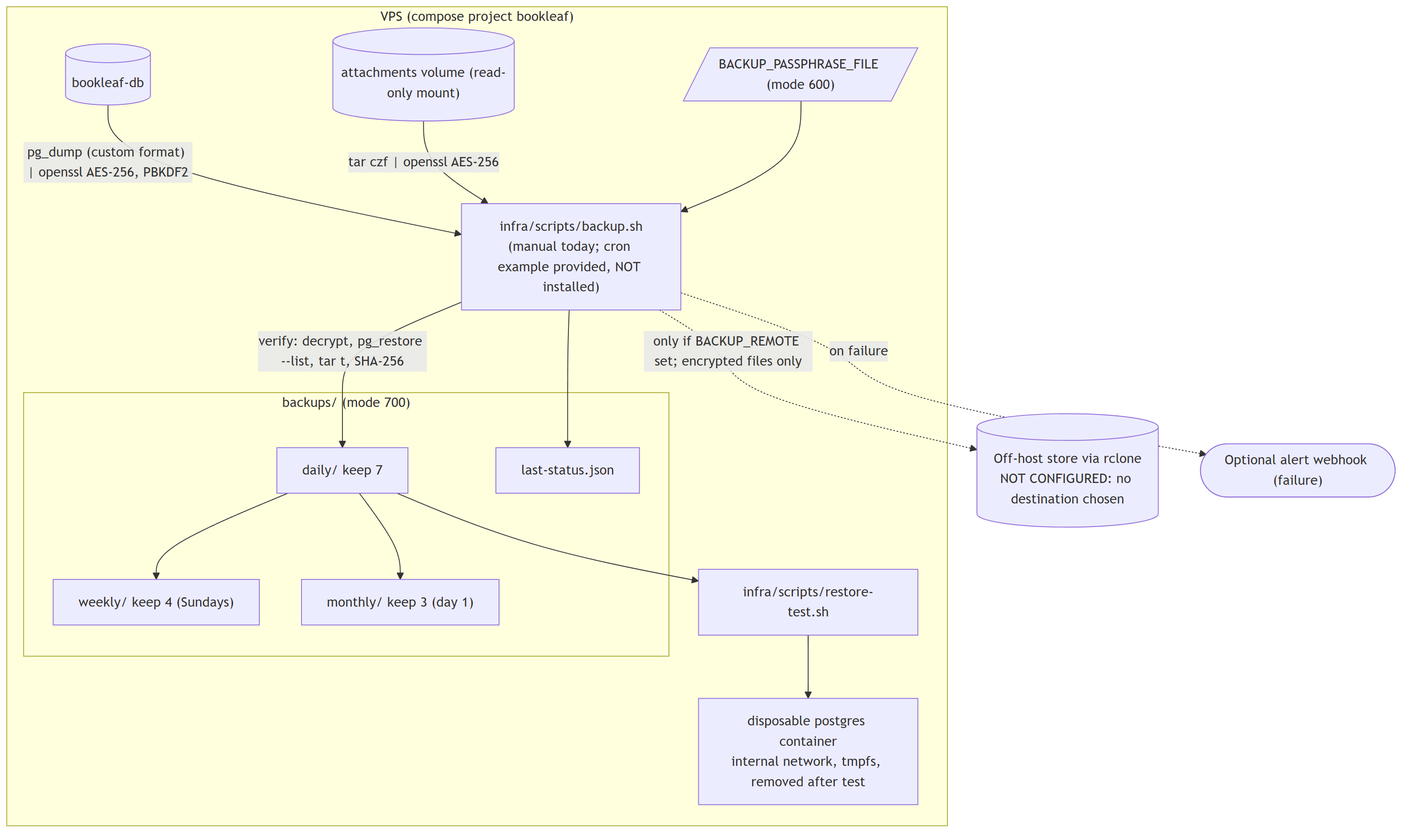
The Mermaid diagram docs/architecture/diagrams/png/backup-architecture.png in singhdaksh7/book-leaf__assignment-1, before a commit. Its source is kept beside it as docs/architecture/diagrams/backup-architecture.mmd.
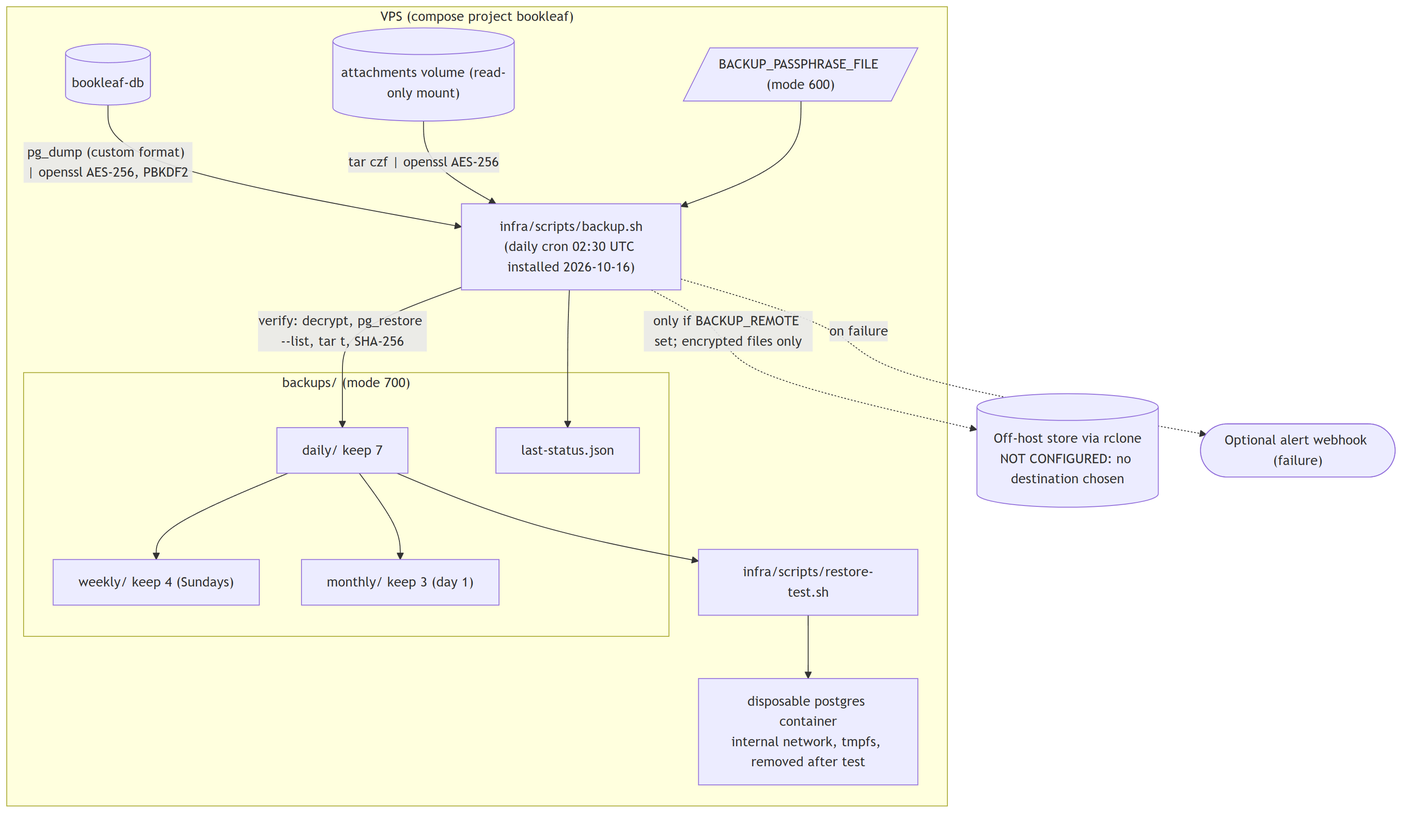
After the change.

Diff of the diagram source:
```diff
@@ -2,7 +2,7 @@
     subgraph HOST["VPS (compose project bookleaf)"]
         DB[("bookleaf-db")]
         VOL[("attachments volume (read-only mount)")]
-        SCR["infra/scripts/backup.sh<br/>(manual today; cron example provided, NOT installed)"]
+        SCR["infra/scripts/backup.sh<br/>(daily cron 02:30 UTC installed 2026-10-16)"]
         PASS[/"BACKUP_PASSPHRASE_FILE (mode 600)"/]
         subgraph STORE["backups/ (mode 700)"]
             DAILY["daily/ keep 7"]
```
